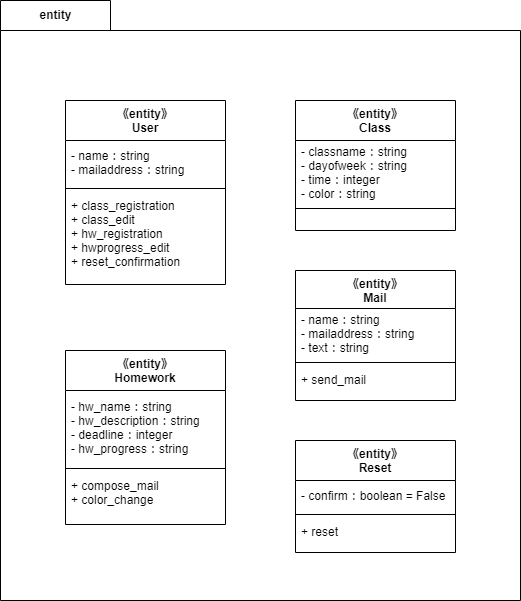
The draw.io diagram 構造図/クラス図/詳細設計/クラス図(entity).drawio.png in masaki1234567/psp4, before a commit. Source tidied: cells renumbered, new cells last; positions are measured from the earlier drawing's top-left corner, leaving out a move shared by most shapes.
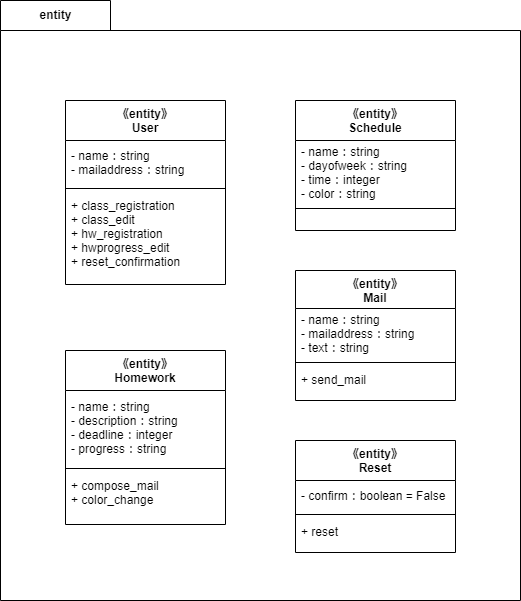
Later version of the same file.

Change to the diagram source:
```diff
@@ -22,10 +22,10 @@
     <mxCell id="7" value="+ class_registration&#10;+ class_edit&#10;+ hw_registration&#10;+ hwprogress_edit&#10;+ reset_confirmation" style="text;strokeColor=none;fillColor=none;align=left;verticalAlign=top;spacingLeft=4;spacingRight=4;overflow=hidden;" parent="4" vertex="1">
       <mxGeometry y="92" width="160" height="92" as="geometry" />
     </mxCell>
-    <mxCell id="8" value="《entity》&#10;Class" style="swimlane;fontStyle=1;align=center;verticalAlign=top;horizontal=1;startSize=40;" parent="2" vertex="1">
+    <mxCell id="8" value="《entity》&#10;Schedule" style="swimlane;fontStyle=1;align=center;verticalAlign=top;horizontal=1;startSize=40;" parent="2" vertex="1">
       <mxGeometry x="295" y="100" width="160" height="130" as="geometry" />
     </mxCell>
-    <mxCell id="9" value="- classname：string&#10;- dayofweek：string&#10;- time：integer&#10;- color：string" style="text;strokeColor=none;fillColor=none;align=left;verticalAlign=middle;spacingLeft=4;spacingRight=4;overflow=hidden;" parent="8" vertex="1">
+    <mxCell id="9" value="- name：string&#10;- dayofweek：string&#10;- time：integer&#10;- color：string" style="text;strokeColor=none;fillColor=none;align=left;verticalAlign=middle;spacingLeft=4;spacingRight=4;overflow=hidden;" parent="8" vertex="1">
       <mxGeometry y="40" width="160" height="64" as="geometry" />
     </mxCell>
     <mxCell id="10" style="line;strokeWidth=1;fillColor=none;align=left;verticalAlign=middle;spacingTop=-1;spacingLeft=3;spacingRight=3;labelPosition=right;strokeColor=inherit;" parent="8" vertex="1">
@@ -37,7 +37,7 @@
     <mxCell id="12" value="《entity》&#10;Homework" style="swimlane;fontStyle=1;align=center;verticalAlign=top;horizontal=1;startSize=40;" parent="2" vertex="1">
       <mxGeometry x="65" y="350" width="160" height="174" as="geometry" />
     </mxCell>
-    <mxCell id="13" value="- hw_name：string&#10;- hw_description：string&#10;- deadline：integer&#10;- hw_progress：string" style="text;strokeColor=none;fillColor=none;align=left;verticalAlign=middle;spacingLeft=4;spacingRight=4;overflow=hidden;" parent="12" vertex="1">
+    <mxCell id="13" value="- name：string&#10;- description：string&#10;- deadline：integer&#10;- progress：string" style="text;strokeColor=none;fillColor=none;align=left;verticalAlign=middle;spacingLeft=4;spacingRight=4;overflow=hidden;" parent="12" vertex="1">
       <mxGeometry y="40" width="160" height="74" as="geometry" />
     </mxCell>
     <mxCell id="14" style="line;strokeWidth=1;fillColor=none;align=left;verticalAlign=middle;spacingTop=-1;spacingLeft=3;spacingRight=3;labelPosition=right;strokeColor=inherit;" parent="12" vertex="1">
```
